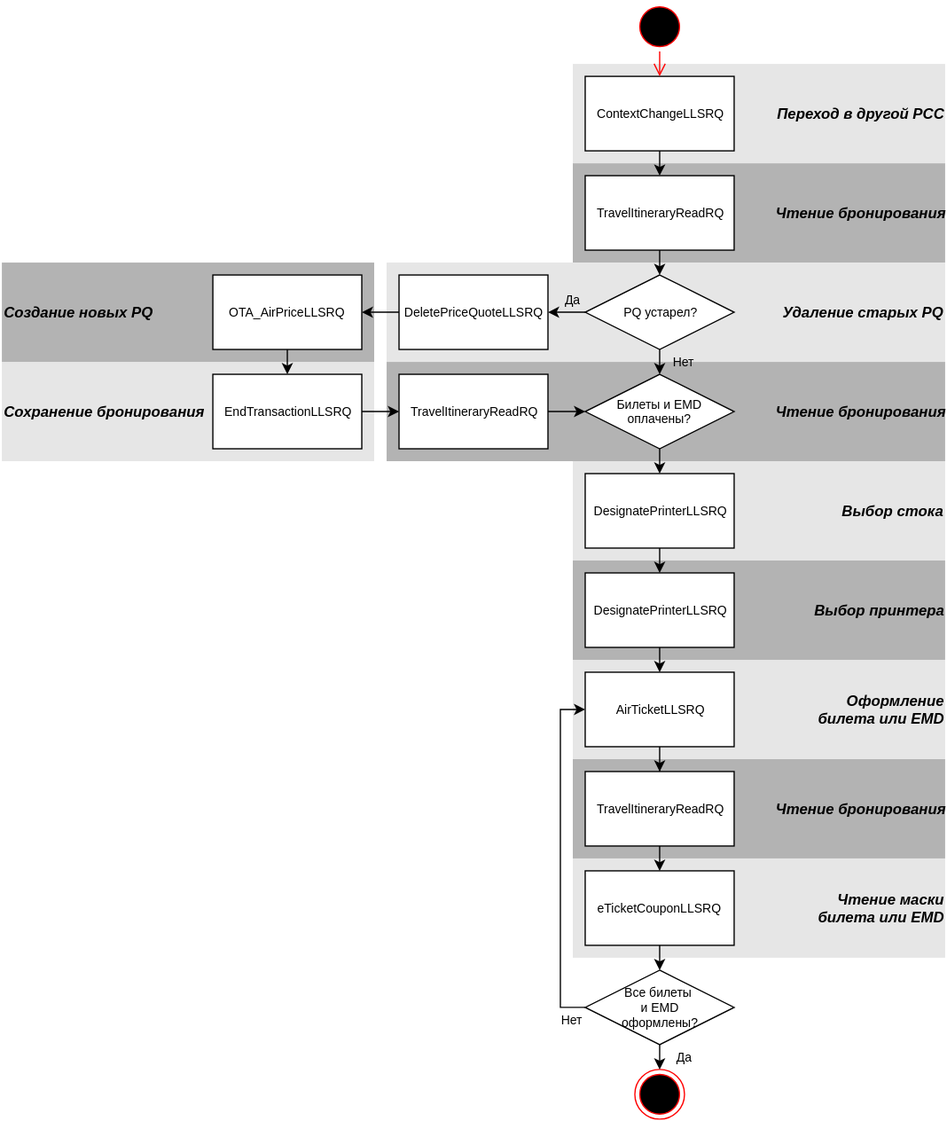
Before: assets/svg/Issue Tickets/[RU]Issue Tickets-0.svg, a diagram exported from draw.io (andreypolyak/sabre-apis-ru). Source tidied: cells renumbered, new cells last; positions are measured from the earlier drawing's top-left corner, leaving out a move shared by most shapes.
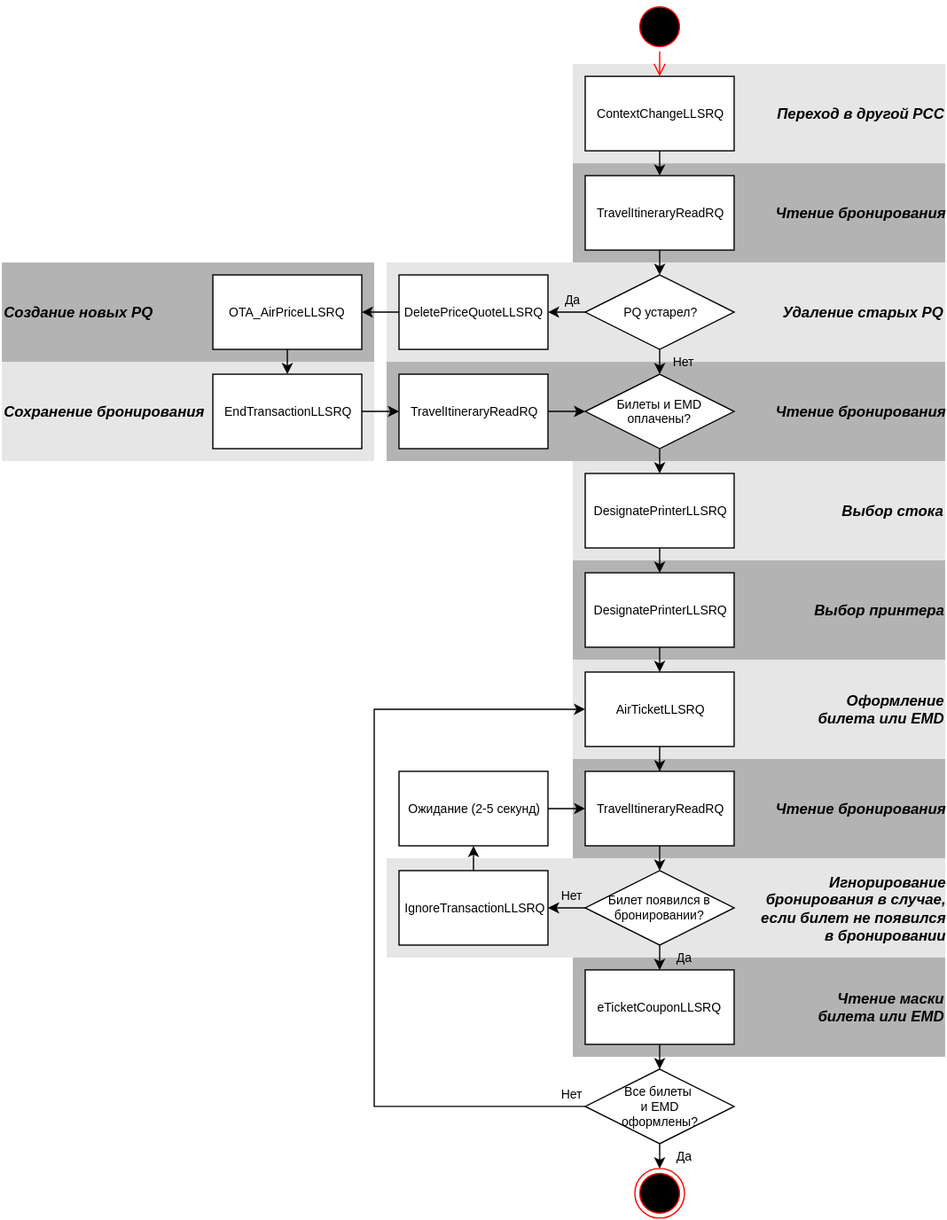
Later version of the same file.

The edit, as a diff of the source:
```diff
@@ -2,8 +2,11 @@
   <root>
     <mxCell id="0" />
     <mxCell id="1" parent="0" />
+    <mxCell id="46" value="&lt;div style=&quot;text-align: right&quot;&gt;&lt;span style=&quot;font-size: 12px ; line-height: 14.4px&quot;&gt;&lt;b&gt;&lt;i&gt;Игнорирование&lt;/i&gt;&lt;/b&gt;&lt;/span&gt;&lt;/div&gt;&lt;div style=&quot;text-align: right&quot;&gt;&lt;span style=&quot;font-size: 12px ; line-height: 14.4px&quot;&gt;&lt;b&gt;&lt;i&gt;бронирования в случае,&lt;/i&gt;&lt;/b&gt;&lt;/span&gt;&lt;/div&gt;&lt;div style=&quot;text-align: right&quot;&gt;&lt;span style=&quot;font-size: 12px ; line-height: 14.4px&quot;&gt;&lt;b&gt;&lt;i&gt;если билет не появился&lt;/i&gt;&lt;/b&gt;&lt;/span&gt;&lt;/div&gt;&lt;div style=&quot;text-align: right&quot;&gt;&lt;span style=&quot;font-size: 12px ; line-height: 14.4px&quot;&gt;&lt;b&gt;&lt;i&gt;в бронировании&lt;/i&gt;&lt;/b&gt;&lt;/span&gt;&lt;/div&gt;" style="whiteSpace=wrap;html=1;fillColor=#E6E6E6;fontSize=10;strokeColor=none;align=right;gradientColor=none;" parent="1" vertex="1">
+      <mxGeometry x="310" y="690" width="450" height="80" as="geometry" />
+    </mxCell>
-    <mxCell id="2" value="&lt;div style=&quot;text-align: right&quot;&gt;&lt;span&gt;&lt;b&gt;&lt;i&gt;&lt;font style=&quot;font-size: 12px&quot;&gt;Чтение маски&lt;/font&gt;&lt;/i&gt;&lt;/b&gt;&lt;/span&gt;&lt;/div&gt;&lt;div style=&quot;text-align: right&quot;&gt;&lt;span&gt;&lt;b&gt;&lt;i&gt;&lt;font style=&quot;font-size: 12px&quot;&gt;билета или EMD&lt;/font&gt;&lt;/i&gt;&lt;/b&gt;&lt;/span&gt;&lt;br&gt;&lt;/div&gt;" style="whiteSpace=wrap;html=1;fillColor=#E6E6E6;fontSize=10;strokeColor=none;align=right;gradientColor=none;" parent="1" vertex="1">
-      <mxGeometry x="460" y="690" width="300" height="80" as="geometry" />
+    <mxCell id="2" value="&lt;div style=&quot;text-align: right&quot;&gt;&lt;span&gt;&lt;b&gt;&lt;i&gt;&lt;font style=&quot;font-size: 12px&quot;&gt;Чтение маски&lt;/font&gt;&lt;/i&gt;&lt;/b&gt;&lt;/span&gt;&lt;/div&gt;&lt;div style=&quot;text-align: right&quot;&gt;&lt;span&gt;&lt;b&gt;&lt;i&gt;&lt;font style=&quot;font-size: 12px&quot;&gt;билета или EMD&lt;/font&gt;&lt;/i&gt;&lt;/b&gt;&lt;/span&gt;&lt;br&gt;&lt;/div&gt;" style="whiteSpace=wrap;html=1;fillColor=#B3B3B3;fontSize=10;strokeColor=none;align=right;gradientColor=none;" parent="1" vertex="1">
+      <mxGeometry x="460" y="770" width="300" height="80" as="geometry" />
     </mxCell>
     <mxCell id="3" value="&lt;div style=&quot;text-align: right&quot;&gt;&lt;b&gt;&lt;i&gt;&lt;font style=&quot;font-size: 12px&quot;&gt;Чтение бронирования&lt;/font&gt;&lt;/i&gt;&lt;/b&gt;&lt;br&gt;&lt;/div&gt;" style="whiteSpace=wrap;html=1;fillColor=#B3B3B3;fontSize=10;strokeColor=none;align=right;gradientColor=none;" parent="1" vertex="1">
       <mxGeometry x="460" y="610" width="300" height="80" as="geometry" />
@@ -77,19 +80,19 @@
     <mxCell id="26" value="AirTicketLLSRQ" style="whiteSpace=wrap;html=1;rounded=0;fontSize=10;" parent="1" vertex="1">
       <mxGeometry x="470" y="540" width="120" height="60" as="geometry" />
     </mxCell>
-    <mxCell id="27" style="edgeStyle=orthogonalEdgeStyle;rounded=0;html=1;exitX=0.5;exitY=1;entryX=0.5;entryY=0;jettySize=auto;fontSize=10;" parent="1" edge="1" source="28" target="30">
+    <mxCell id="27" style="edgeStyle=orthogonalEdgeStyle;rounded=0;html=1;exitX=0.5;exitY=1;entryX=0.5;entryY=0;jettySize=auto;fontSize=10;" parent="1" edge="1" source="28" target="49">
       <mxGeometry x="380" y="1870" as="geometry" />
     </mxCell>
     <mxCell id="28" value="TravelItineraryReadRQ" style="whiteSpace=wrap;html=1;rounded=0;fontSize=10;" parent="1" vertex="1">
       <mxGeometry x="470" y="620" width="120" height="60" as="geometry" />
     </mxCell>
     <mxCell id="29" style="edgeStyle=orthogonalEdgeStyle;rounded=0;html=1;exitX=0.5;exitY=1;entryX=0.5;entryY=0;jettySize=auto;" parent="1" edge="1" source="30">
-      <mxGeometry x="380" y="1950" as="geometry">
-        <mxPoint x="530" y="780" as="targetPoint" />
+      <mxGeometry x="380" y="2030" as="geometry">
+        <mxPoint x="530" y="860" as="targetPoint" />
       </mxGeometry>
     </mxCell>
     <mxCell id="30" value="eTicketCouponLLSRQ" style="whiteSpace=wrap;html=1;rounded=0;fontSize=10;" parent="1" vertex="1">
-      <mxGeometry x="470" y="700" width="120" height="60" as="geometry" />
+      <mxGeometry x="470" y="780" width="120" height="60" as="geometry" />
     </mxCell>
     <mxCell id="31" style="edgeStyle=orthogonalEdgeStyle;rounded=0;html=1;exitX=0.5;exitY=1;entryX=0.5;entryY=0;jettySize=auto;fontSize=10;" parent="1" edge="1" source="32" target="22">
       <mxGeometry x="380" y="1550" as="geometry" />
@@ -98,7 +101,7 @@
       <mxGeometry x="470" y="300" width="120" height="60" as="geometry" />
     </mxCell>
     <mxCell id="33" style="ellipse;html=1;shape=endState;fillColor=#000000;strokeColor=#ff0000;rounded=0;fontSize=10;align=center;" parent="1" vertex="1">
-      <mxGeometry x="510" y="860" width="40" height="40" as="geometry" />
+      <mxGeometry x="510" y="940" width="40" height="40" as="geometry" />
     </mxCell>
     <mxCell id="34" style="ellipse;html=1;shape=startState;fillColor=#000000;strokeColor=#ff0000;rounded=0;fontSize=10;align=center;" parent="1" vertex="1">
       <mxGeometry x="510" width="40" height="40" as="geometry" />
@@ -135,16 +138,41 @@
     </mxCell>
     <mxCell id="43" value="Нет" style="edgeStyle=orthogonalEdgeStyle;rounded=0;html=1;exitX=0;exitY=0.5;entryX=0;entryY=0.5;jettySize=auto;fontSize=10;" parent="1" edge="1" source="45" target="26">
       <mxGeometry as="geometry">
-        <mxPoint x="-10" y="130" as="offset" />
+        <Array as="points">
+          <mxPoint x="300" y="890" />
+          <mxPoint x="300" y="570" />
+        </Array>
+        <mxPoint x="-10" y="150" as="offset" />
       </mxGeometry>
     </mxCell>
     <mxCell id="44" value="Да" style="edgeStyle=orthogonalEdgeStyle;rounded=0;html=1;exitX=0.5;exitY=1;entryX=0.5;entryY=0;jettySize=auto;fontSize=10;" parent="1" edge="1" source="45" target="33">
-      <mxGeometry as="geometry">
+      <mxGeometry y="80" as="geometry">
         <mxPoint x="20" as="offset" />
       </mxGeometry>
     </mxCell>
     <mxCell id="45" value="Все билеты&amp;nbsp;&lt;div&gt;и EMD&lt;/div&gt;&lt;div&gt;оформлены?&lt;/div&gt;" style="rhombus;whiteSpace=wrap;html=1;rounded=0;fontSize=10;" parent="1" vertex="1">
-      <mxGeometry x="470" y="780" width="120" height="60" as="geometry" />
+      <mxGeometry x="470" y="860" width="120" height="60" as="geometry" />
     </mxCell>
+    <mxCell id="47" value="Да" style="edgeStyle=orthogonalEdgeStyle;rounded=0;html=1;exitX=0.5;exitY=1;entryX=0.5;entryY=0;labelBackgroundColor=none;jettySize=auto;fontSize=10;" parent="1" edge="1" source="49" target="30">
+      <mxGeometry y="20" relative="1" as="geometry" />
+    </mxCell>
+    <mxCell id="48" value="Нет" style="edgeStyle=orthogonalEdgeStyle;rounded=0;html=1;exitX=0;exitY=0.5;entryX=1;entryY=0.5;labelBackgroundColor=none;jettySize=auto;fontSize=10;" parent="1" edge="1" source="49" target="51">
+      <mxGeometry x="-0.33" y="-10" relative="1" as="geometry" />
+    </mxCell>
+    <mxCell id="49" value="Билет появился в бронировании?" style="rhombus;whiteSpace=wrap;html=1;rounded=0;fontSize=10;" parent="1" vertex="1">
+      <mxGeometry x="470" y="700" width="120" height="60" as="geometry" />
+    </mxCell>
+    <mxCell id="50" style="edgeStyle=orthogonalEdgeStyle;rounded=0;html=1;exitX=0.5;exitY=0;entryX=0.5;entryY=1;labelBackgroundColor=none;jettySize=auto;fontSize=10;" parent="1" edge="1" source="51" target="53">
+      <mxGeometry relative="1" as="geometry" />
+    </mxCell>
+    <mxCell id="51" value="IgnoreTransactionLLSRQ" style="whiteSpace=wrap;html=1;rounded=0;fontSize=10;" parent="1" vertex="1">
+      <mxGeometry x="320" y="700" width="120" height="60" as="geometry" />
+    </mxCell>
+    <mxCell id="52" style="edgeStyle=orthogonalEdgeStyle;rounded=0;html=1;exitX=1;exitY=0.5;entryX=0;entryY=0.5;labelBackgroundColor=none;jettySize=auto;fontSize=10;" parent="1" edge="1" source="53" target="28">
+      <mxGeometry relative="1" as="geometry" />
+    </mxCell>
+    <mxCell id="53" value="Ожидание (2-5 секунд)" style="whiteSpace=wrap;html=1;rounded=0;fontSize=10;" parent="1" vertex="1">
+      <mxGeometry x="320" y="620" width="120" height="60" as="geometry" />
+    </mxCell>
   </root>
 </mxGraphModel>
```
